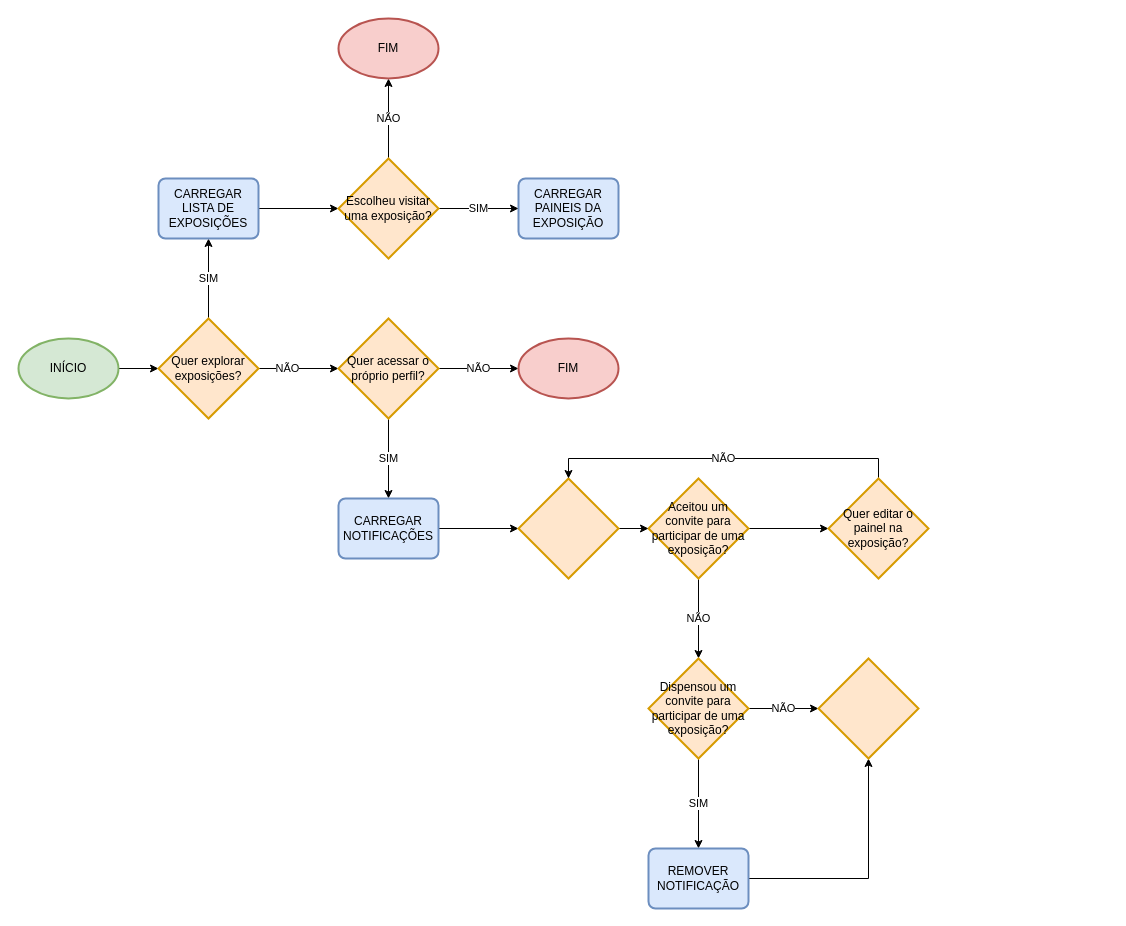
This is page "Fluxogramas" (4 of 6) of UnderExpo.drawio from GustavoDeOliveira/underexpo, a draw.io file, before an edit. Source tidied: cells renumbered, new cells numbered last; positions are measured from the earlier drawing's top-left corner, leaving out a move shared by most shapes. Both pictures are drawn from the tidied source at 100%, with x=0, y=0 at pixel (18, 18).
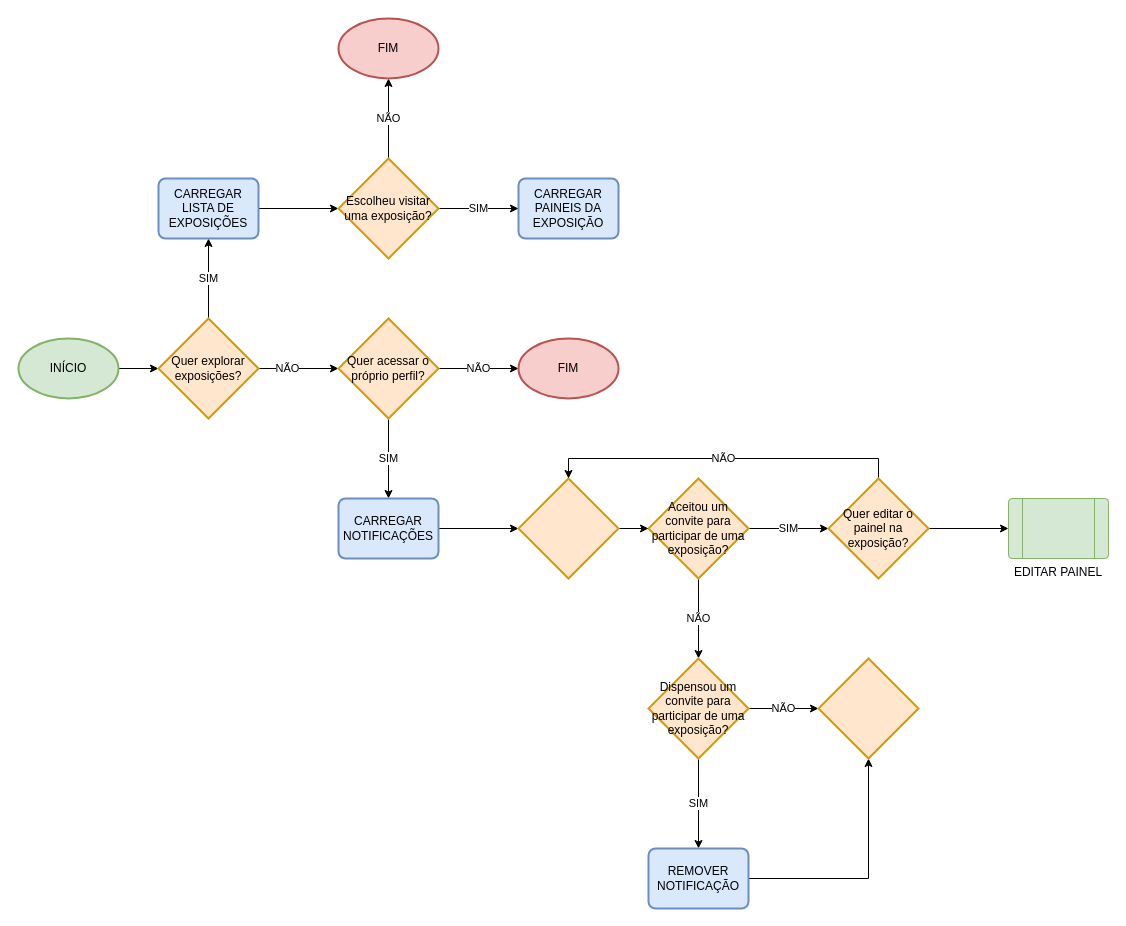
After the change.

Commit message:
Ajustando decisão no fluxograma UnderExpo.drawio

Unchanged cells that the change refers to:
```xml
<mxCell id="23" value="Aceitou um convite para participar de uma exposição?" style="strokeWidth=2;html=1;shape=mxgraph.flowchart.decision;whiteSpace=wrap;fillColor=#ffe6cc;strokeColor=#d79b00;" parent="1" vertex="1">
  <mxGeometry x="630" y="460" width="100" height="100" as="geometry" />
</mxCell>
<mxCell id="32" value="Quer editar o painel na exposição?" style="strokeWidth=2;html=1;shape=mxgraph.flowchart.decision;whiteSpace=wrap;fillColor=#ffe6cc;strokeColor=#d79b00;" parent="1" vertex="1">
  <mxGeometry x="810" y="460" width="100" height="100" as="geometry" />
</mxCell>
```

Diff of the diagram source:
```diff
@@
-    <mxCell id="22" style="edgeStyle=orthogonalEdgeStyle;rounded=0;jettySize=auto;html=1;" parent="1" edge="1" source="23" target="32">
+    <mxCell id="22" value="SIM" style="edgeStyle=orthogonalEdgeStyle;rounded=0;jettySize=auto;html=1;" parent="1" edge="1" source="23" target="32">
       <mxGeometry relative="1" as="geometry" />
     </mxCell>
@@
+    <mxCell id="34" style="edgeStyle=orthogonalEdgeStyle;rounded=0;jettySize=auto;html=1;exitX=1;exitY=0.5;exitDx=0;exitDy=0;exitPerimeter=0;entryX=0;entryY=0.5;entryDx=0;entryDy=0;" parent="1" edge="1" source="32" target="35">
+      <mxGeometry relative="1" as="geometry" />
+    </mxCell>
@@
+    <mxCell id="35" value="EDITAR PAINEL" style="verticalLabelPosition=bottom;verticalAlign=top;html=1;shape=process;whiteSpace=wrap;rounded=1;size=0.14;arcSize=6;fillColor=#d5e8d4;strokeColor=#82b366;" parent="1" vertex="1">
+      <mxGeometry x="990" y="480" width="100" height="60" as="geometry" />
+    </mxCell>
```
